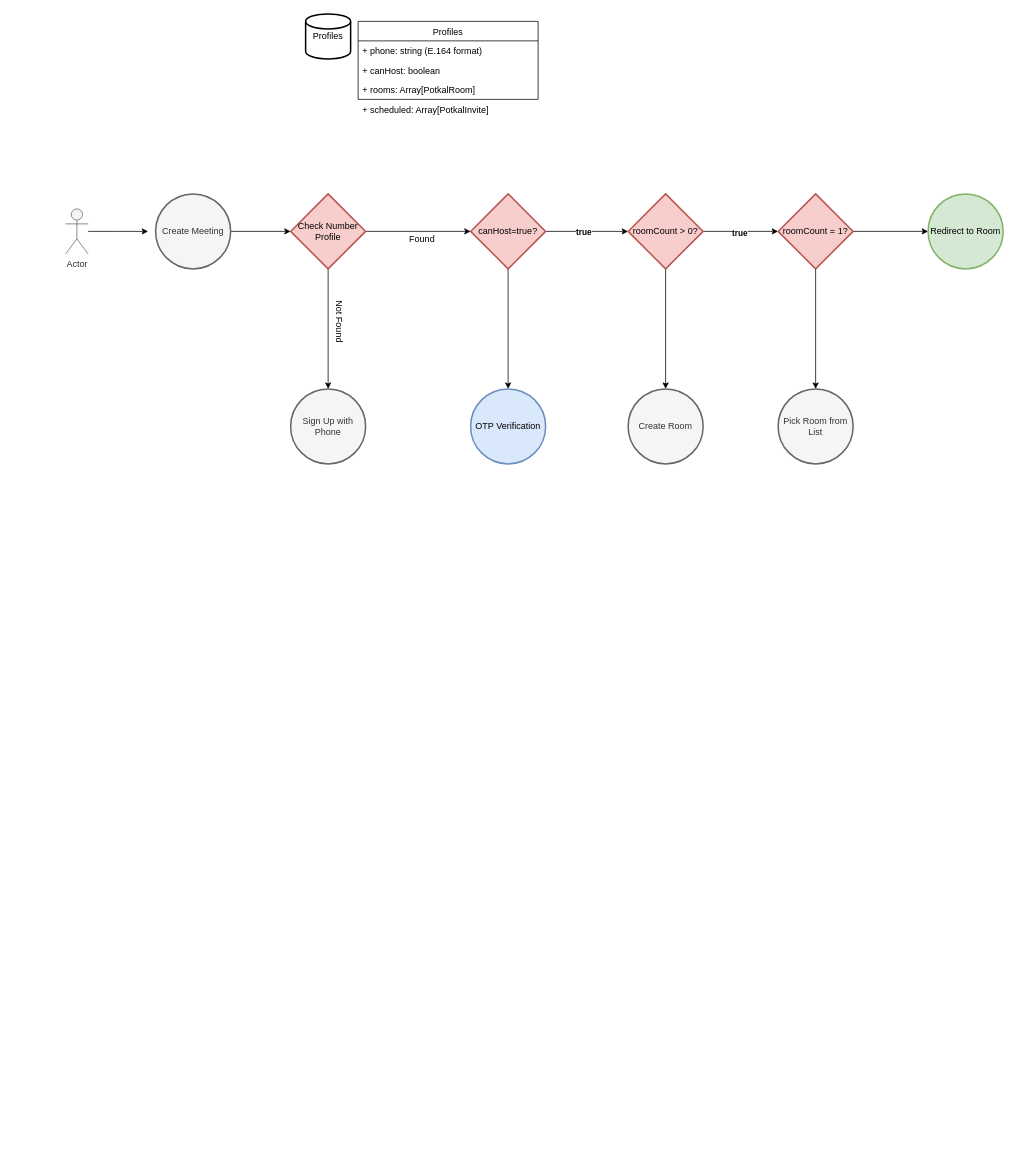
The draw.io diagram doc/account-flow.drawio in fikrifirat/jitsi-meet, before the edit. Source tidied: cells renumbered, new cells numbered last; positions are measured from the earlier drawing's top-left corner, leaving out a move shared by most shapes. Both pictures are drawn from the tidied source at 75%, with x=0, y=0 at pixel (65, 14).
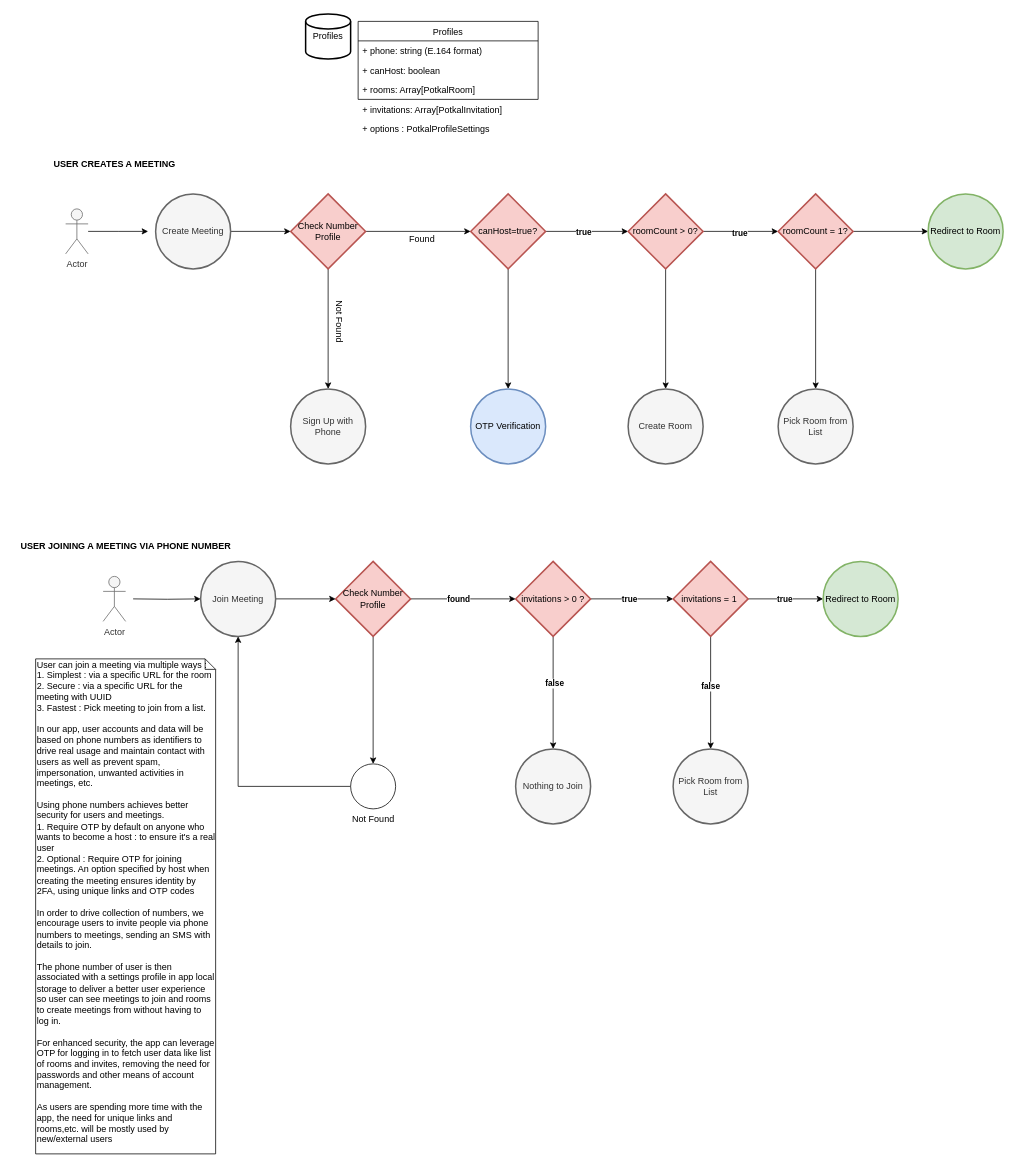
Above is the later version.

The edit, as a diff of the source:
```diff
@@
-    <mxCell id="20" value="+ scheduled: Array[PotkalInvite]" style="text;strokeColor=none;fillColor=none;align=left;verticalAlign=top;spacingLeft=4;spacingRight=4;overflow=hidden;" parent="1" vertex="1">
+    <mxCell id="20" value="+ invitations: Array[PotkalInvitation]" style="text;strokeColor=none;fillColor=none;align=left;verticalAlign=top;spacingLeft=4;spacingRight=4;overflow=hidden;" parent="1" vertex="1">
       <mxGeometry x="390" y="114" width="240" height="26" as="geometry" />
     </mxCell>
@@
+    <mxCell id="33" style="edgeStyle=orthogonalEdgeStyle;rounded=0;jettySize=auto;html=1;entryX=0;entryY=0.5;entryDx=0;entryDy=0;entryPerimeter=0;" parent="1" edge="1" target="36">
+      <mxGeometry relative="1" as="geometry">
+        <mxPoint x="90" y="780" as="sourcePoint" />
+      </mxGeometry>
+    </mxCell>
+    <mxCell id="34" value="Actor" style="shape=umlActor;verticalLabelPosition=bottom;labelBackgroundColor=#ffffff;verticalAlign=top;html=1;fillColor=#f5f5f5;strokeColor=#666666;fontColor=#333333;" parent="1" vertex="1">
+      <mxGeometry x="50" y="750" width="30" height="60" as="geometry" />
+    </mxCell>
+    <mxCell id="35" style="edgeStyle=orthogonalEdgeStyle;rounded=0;jettySize=auto;html=1;exitX=1;exitY=0.5;exitDx=0;exitDy=0;exitPerimeter=0;entryX=0;entryY=0.5;entryDx=0;entryDy=0;entryPerimeter=0;" parent="1" edge="1" source="36" target="40">
+      <mxGeometry relative="1" as="geometry" />
+    </mxCell>
+    <mxCell id="36" value="Join Meeting" style="strokeWidth=2;html=1;shape=mxgraph.flowchart.start_2;whiteSpace=wrap;fillColor=#f5f5f5;strokeColor=#666666;fontColor=#333333;" parent="1" vertex="1">
+      <mxGeometry x="180" y="730" width="100" height="100" as="geometry" />
+    </mxCell>
+    <mxCell id="37" style="edgeStyle=orthogonalEdgeStyle;rounded=0;jettySize=auto;html=1;" parent="1" edge="1" source="40" target="45">
+      <mxGeometry relative="1" as="geometry" />
+    </mxCell>
+    <mxCell id="38" value="found" style="edgeLabel;html=1;align=center;verticalAlign=middle;fontStyle=1;" parent="37" vertex="1">
+      <mxGeometry x="-0.19" relative="1" as="geometry">
+        <mxPoint x="6" as="offset" />
+      </mxGeometry>
+    </mxCell>
+    <mxCell id="39" style="edgeStyle=orthogonalEdgeStyle;rounded=0;jettySize=auto;html=1;exitX=0.5;exitY=1;exitDx=0;exitDy=0;exitPerimeter=0;entryX=0.5;entryY=0;entryDx=0;entryDy=0;entryPerimeter=0;" parent="1" edge="1" source="40" target="53">
+      <mxGeometry relative="1" as="geometry" />
+    </mxCell>
+    <mxCell id="40" value="Check Number Profile" style="strokeWidth=2;html=1;shape=mxgraph.flowchart.decision;whiteSpace=wrap;fillColor=#f8cecc;strokeColor=#b85450;" parent="1" vertex="1">
+      <mxGeometry x="360" y="730" width="100" height="100" as="geometry" />
+    </mxCell>
+    <mxCell id="41" style="edgeStyle=orthogonalEdgeStyle;rounded=0;jettySize=auto;html=1;" parent="1" edge="1" source="45" target="50">
+      <mxGeometry relative="1" as="geometry" />
+    </mxCell>
+    <mxCell id="42" value="true" style="edgeLabel;html=1;align=center;verticalAlign=middle;fontStyle=1;" parent="41" vertex="1">
+      <mxGeometry x="-0.22" relative="1" as="geometry">
+        <mxPoint x="8" as="offset" />
+      </mxGeometry>
+    </mxCell>
+    <mxCell id="43" style="edgeStyle=orthogonalEdgeStyle;rounded=0;jettySize=auto;html=1;exitX=0.5;exitY=1;exitDx=0;exitDy=0;exitPerimeter=0;entryX=0.5;entryY=0;entryDx=0;entryDy=0;entryPerimeter=0;" parent="1" edge="1" source="45" target="55">
+      <mxGeometry relative="1" as="geometry" />
+    </mxCell>
+    <mxCell id="44" value="false" style="edgeLabel;html=1;align=center;verticalAlign=middle;fontStyle=1;" parent="43" vertex="1">
+      <mxGeometry x="-0.28" y="1" relative="1" as="geometry">
+        <mxPoint y="8" as="offset" />
+      </mxGeometry>
+    </mxCell>
+    <mxCell id="45" value="invitations &amp;gt; 0 ?" style="strokeWidth=2;html=1;shape=mxgraph.flowchart.decision;whiteSpace=wrap;fillColor=#f8cecc;strokeColor=#b85450;" parent="1" vertex="1">
+      <mxGeometry x="600" y="730" width="100" height="100" as="geometry" />
+    </mxCell>
+    <mxCell id="46" style="edgeStyle=orthogonalEdgeStyle;rounded=0;jettySize=auto;html=1;exitX=1;exitY=0.5;exitDx=0;exitDy=0;exitPerimeter=0;entryX=0;entryY=0.5;entryDx=0;entryDy=0;entryPerimeter=0;" parent="1" edge="1" source="50" target="54">
+      <mxGeometry relative="1" as="geometry" />
+    </mxCell>
+    <mxCell id="47" value="true" style="edgeLabel;html=1;align=center;verticalAlign=middle;fontStyle=1;" parent="46" vertex="1">
+      <mxGeometry x="-0.31" y="2" relative="1" as="geometry">
+        <mxPoint x="13" y="1" as="offset" />
+      </mxGeometry>
+    </mxCell>
+    <mxCell id="48" style="edgeStyle=orthogonalEdgeStyle;rounded=0;jettySize=auto;html=1;exitX=0.5;exitY=1;exitDx=0;exitDy=0;exitPerimeter=0;entryX=0.5;entryY=0;entryDx=0;entryDy=0;entryPerimeter=0;" parent="1" edge="1" source="50" target="56">
+      <mxGeometry relative="1" as="geometry" />
+    </mxCell>
+    <mxCell id="49" value="false" style="edgeLabel;html=1;align=center;verticalAlign=middle;fontStyle=1;" parent="48" vertex="1">
+      <mxGeometry x="-0.08" y="-1" relative="1" as="geometry">
+        <mxPoint y="-3" as="offset" />
+      </mxGeometry>
+    </mxCell>
+    <mxCell id="50" value="invitations = 1&amp;nbsp;" style="strokeWidth=2;html=1;shape=mxgraph.flowchart.decision;whiteSpace=wrap;fillColor=#f8cecc;strokeColor=#b85450;" parent="1" vertex="1">
+      <mxGeometry x="810" y="730" width="100" height="100" as="geometry" />
+    </mxCell>
+    <mxCell id="51" value="+ options : PotkalProfileSettings" style="text;strokeColor=none;fillColor=none;align=left;verticalAlign=top;spacingLeft=4;spacingRight=4;overflow=hidden;" parent="1" vertex="1">
+      <mxGeometry x="390" y="140" width="240" height="26" as="geometry" />
+    </mxCell>
+    <mxCell id="52" style="edgeStyle=orthogonalEdgeStyle;rounded=0;jettySize=auto;html=1;exitX=0;exitY=0.5;exitDx=0;exitDy=0;exitPerimeter=0;entryX=0.5;entryY=1;entryDx=0;entryDy=0;entryPerimeter=0;" parent="1" edge="1" source="53" target="36">
+      <mxGeometry relative="1" as="geometry" />
+    </mxCell>
+    <mxCell id="53" value="Not Found" style="verticalLabelPosition=bottom;verticalAlign=top;html=1;shape=mxgraph.flowchart.on-page_reference;" parent="1" vertex="1">
+      <mxGeometry x="380" y="1000" width="60" height="60" as="geometry" />
+    </mxCell>
+    <mxCell id="54" value="Redirect to Room" style="strokeWidth=2;html=1;shape=mxgraph.flowchart.start_2;whiteSpace=wrap;fillColor=#d5e8d4;strokeColor=#82b366;" parent="1" vertex="1">
+      <mxGeometry x="1010" y="730" width="100" height="100" as="geometry" />
+    </mxCell>
+    <mxCell id="55" value="Nothing to Join" style="strokeWidth=2;html=1;shape=mxgraph.flowchart.start_2;whiteSpace=wrap;fillColor=#f5f5f5;strokeColor=#666666;fontColor=#333333;" parent="1" vertex="1">
+      <mxGeometry x="600" y="980" width="100" height="100" as="geometry" />
+    </mxCell>
+    <mxCell id="56" value="Pick Room from List" style="strokeWidth=2;html=1;shape=mxgraph.flowchart.start_2;whiteSpace=wrap;fillColor=#f5f5f5;strokeColor=#666666;fontColor=#333333;" parent="1" vertex="1">
+      <mxGeometry x="810" y="980" width="100" height="100" as="geometry" />
+    </mxCell>
+    <mxCell id="57" value="USER CREATES A MEETING" style="text;html=1;align=center;verticalAlign=middle;fontStyle=1;" parent="1" vertex="1">
+      <mxGeometry x="-25" y="190" width="180" height="20" as="geometry" />
+    </mxCell>
+    <mxCell id="58" value="USER JOINING A MEETING VIA PHONE NUMBER" style="text;html=1;align=center;verticalAlign=middle;fontStyle=1;" parent="1" vertex="1">
+      <mxGeometry x="-70" y="700" width="300" height="20" as="geometry" />
+    </mxCell>
+    <mxCell id="59" value="User can join a meeting via multiple ways :&amp;nbsp;&lt;br&gt;1. Simplest : via a specific URL for the room&lt;br&gt;2. Secure : via a specific URL for the meeting with UUID&lt;br&gt;3. Fastest : Pick meeting to join from a list.&lt;br&gt;&lt;br&gt;In our app, user accounts and data will be based on phone numbers as identifiers to drive real usage and maintain contact with users as well as prevent spam, impersonation, unwanted activities in meetings, etc.&lt;br&gt;&lt;br&gt;Using phone numbers achieves better security for users and meetings.&amp;nbsp;&lt;br&gt;1. Require OTP by default on anyone who wants to become a host : to ensure it's a real user&lt;br&gt;2. Optional : Require OTP for joining meetings. An option specified by host when creating the meeting ensures identity by 2FA, using unique links and OTP codes&lt;br&gt;&lt;br&gt;In order to drive collection of numbers, we encourage users to invite people via phone numbers to meetings, sending an SMS with details to join.&lt;br&gt;&lt;br&gt;The phone number of user is then associated with a settings profile in app local storage to deliver a better user experience so user can see meetings to join and rooms to create meetings from without having to log in.&amp;nbsp;&lt;br&gt;&lt;br&gt;For enhanced security, the app can leverage OTP for logging in to fetch user data like list of rooms and invites, removing the need for passwords and other means of account management.&lt;br&gt;&lt;br&gt;As users are spending more time with the app, the need for unique links and rooms,etc. will be mostly used by new/external users" style="shape=note;whiteSpace=wrap;html=1;size=14;verticalAlign=top;align=left;spacingTop=-6;" parent="1" vertex="1">
+      <mxGeometry x="-40" y="860" width="240" height="660" as="geometry" />
+    </mxCell>
```
